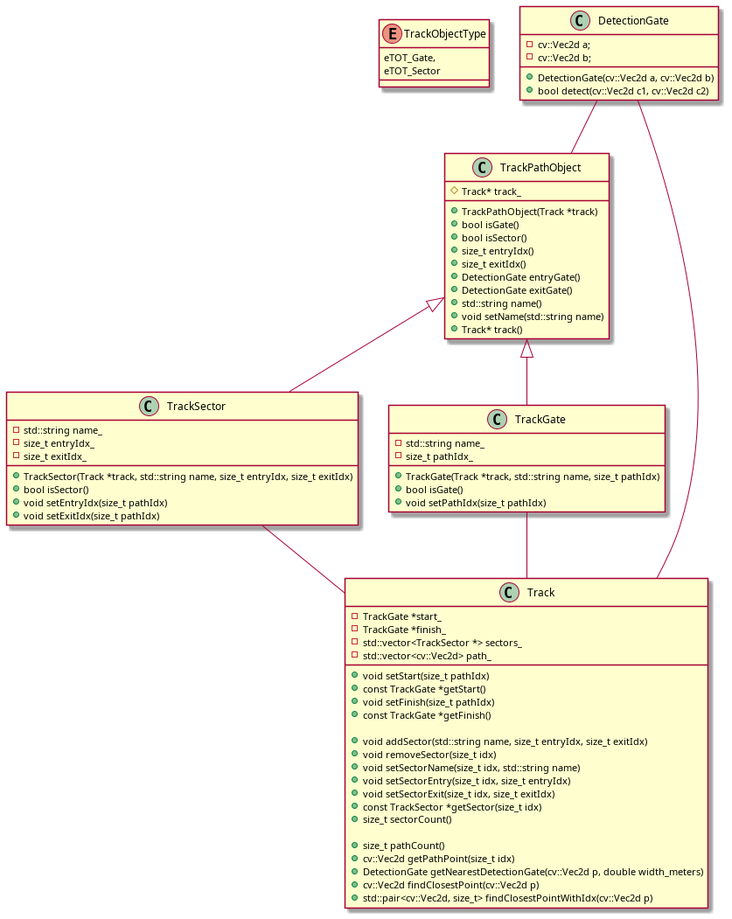
Earlier version of the PlantUML export docs/plantuml_imgs/dataClasses2.png (hankedan000/gopro-overlay).
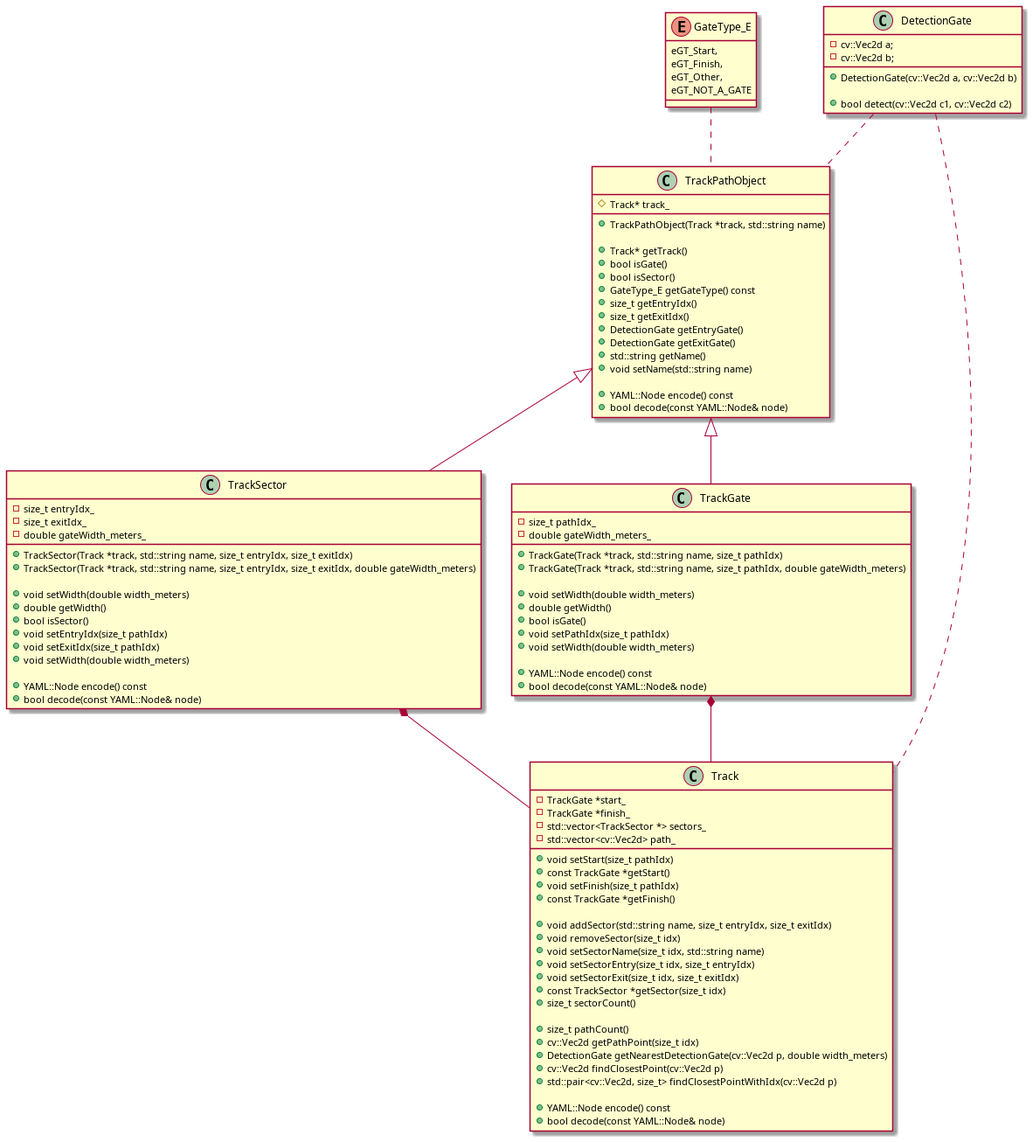
The same diagram one commit later.

What changed in the source:
```diff
@@ -1,12 +1,16 @@
 @startuml plantuml_imgs/dataClasses2
 
-enum TrackObjectType {
-	eTOT_Gate,
-	eTOT_Sector
+enum GateType_E
+{
+	eGT_Start,
+	eGT_Finish,
+	eGT_Other,
+	eGT_NOT_A_GATE
 }
 
 class DetectionGate {
 	+DetectionGate(cv::Vec2d a, cv::Vec2d b)
+
 	+bool detect(cv::Vec2d c1, cv::Vec2d c2)
 
 	-cv::Vec2d a;
@@ -14,37 +18,59 @@
 }
 
 class TrackPathObject {
-	+TrackPathObject(Track *track)
+	+TrackPathObject(Track *track, std::string name)
+
+	+Track* getTrack()
 	+bool isGate()
 	+bool isSector()
-	+size_t entryIdx()
-	+size_t exitIdx()
-	+DetectionGate entryGate()
-	+DetectionGate exitGate()
-	+std::string name()
+	+GateType_E getGateType() const
+	+size_t getEntryIdx()
+	+size_t getExitIdx()
+	+DetectionGate getEntryGate()
+	+DetectionGate getExitGate()
+	+std::string getName()
 	+void setName(std::string name)
-	+Track* track()
+
+	+YAML::Node encode() const
+	+bool decode(const YAML::Node& node)
+
 	#Track* track_
 }
 
 class TrackSector {
 	+TrackSector(Track *track, std::string name, size_t entryIdx, size_t exitIdx)
+	+TrackSector(Track *track, std::string name, size_t entryIdx, size_t exitIdx, double gateWidth_meters)
+
+	+void setWidth(double width_meters)
+	+double getWidth()
 	+bool isSector()
 	+void setEntryIdx(size_t pathIdx)
 	+void setExitIdx(size_t pathIdx)
+	+void setWidth(double width_meters)
 
-	-std::string name_
+	+YAML::Node encode() const
+	+bool decode(const YAML::Node& node)
+
 	-size_t entryIdx_
 	-size_t exitIdx_
+	-double gateWidth_meters_
 }
 
 class TrackGate {
 	+TrackGate(Track *track, std::string name, size_t pathIdx)
+	+TrackGate(Track *track, std::string name, size_t pathIdx, double gateWidth_meters)
+
+	+void setWidth(double width_meters)
+	+double getWidth()
 	+bool isGate()
 	+void setPathIdx(size_t pathIdx)
+	+void setWidth(double width_meters)
 
-	-std::string name_
+	+YAML::Node encode() const
+	+bool decode(const YAML::Node& node)
+
 	-size_t pathIdx_
+	-double gateWidth_meters_
 }
 
 class Track {
@@ -67,17 +93,21 @@
 	+cv::Vec2d findClosestPoint(cv::Vec2d p)
 	+std::pair<cv::Vec2d, size_t> findClosestPointWithIdx(cv::Vec2d p)
 
+	+YAML::Node encode() const
+	+bool decode(const YAML::Node& node)
+
 	-TrackGate *start_
 	-TrackGate *finish_
 	-std::vector<TrackSector *> sectors_
 	-std::vector<cv::Vec2d> path_
 }
 
-DetectionGate -- TrackPathObject
-DetectionGate -- Track
+DetectionGate .. TrackPathObject
+GateType_E .. TrackPathObject
+DetectionGate .. Track
 TrackPathObject <|-- TrackSector
 TrackPathObject <|-- TrackGate
-TrackSector -- Track
-TrackGate -- Track
+TrackSector *-- Track
+TrackGate *-- Track
 
 @enduml
```
